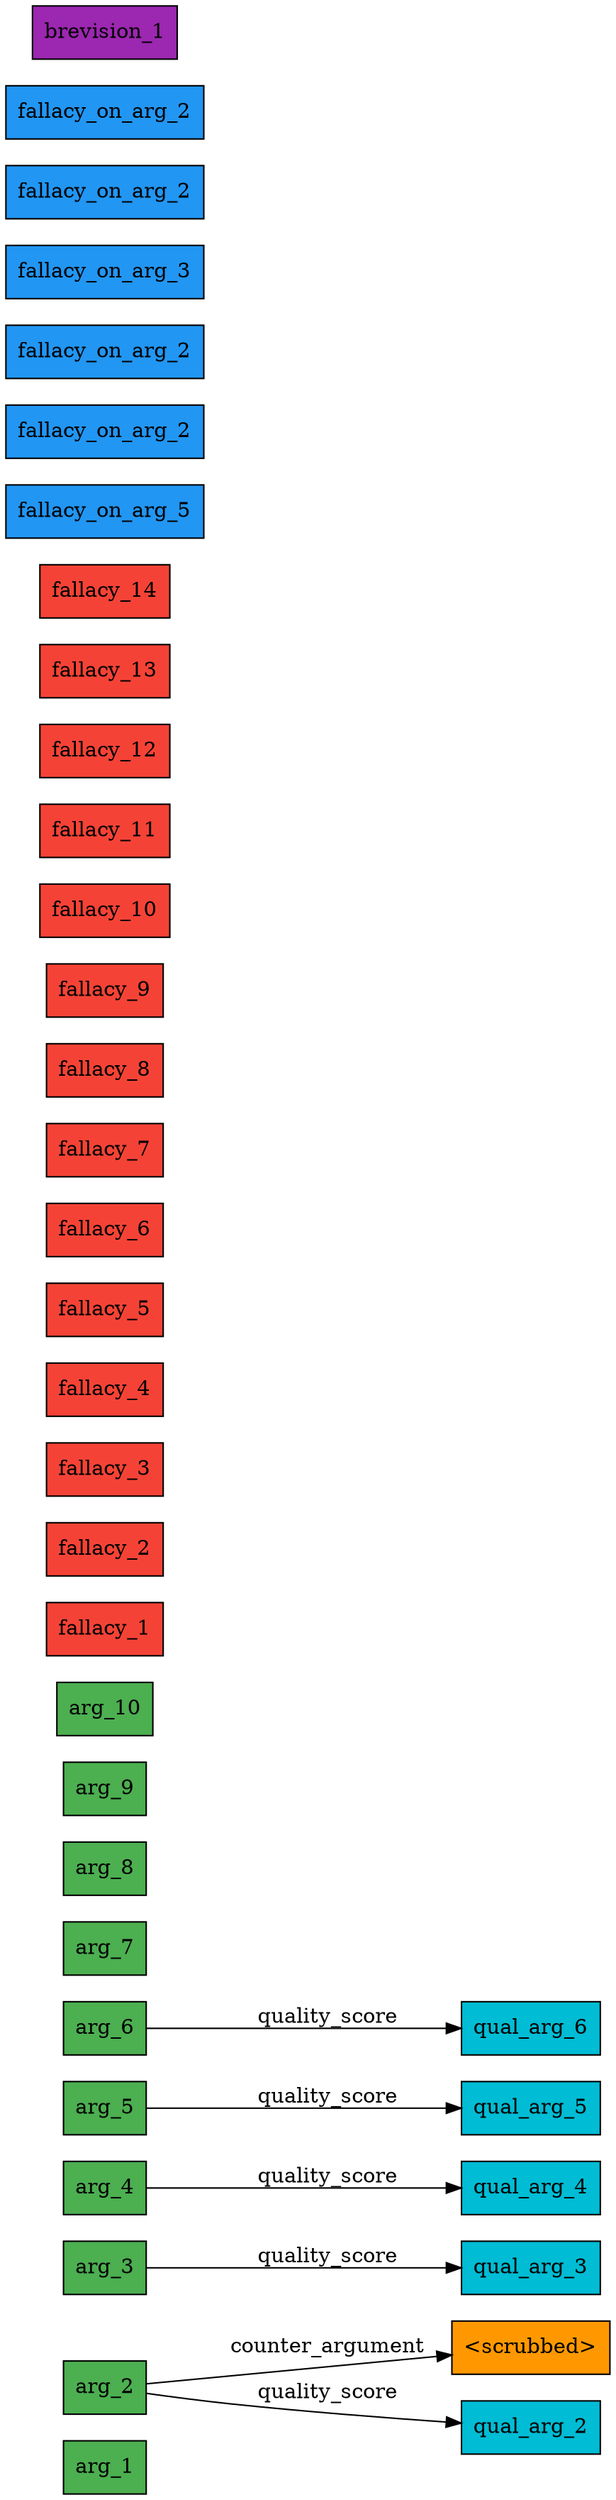
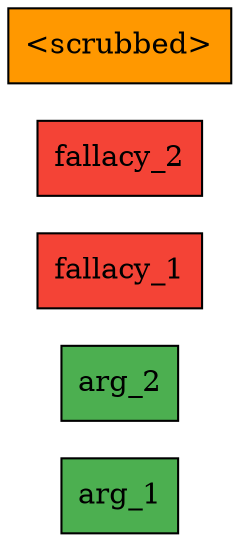
digraph CrossReference {
  rankdir=LR;
  node [shape=box, style=filled];

  arg_1 [label="arg_1", fillcolor="#4CAF50"];
  arg_2 [label="arg_2", fillcolor="#4CAF50"];
-   arg_3 [label="arg_3", fillcolor="#4CAF50"];
-   arg_4 [label="arg_4", fillcolor="#4CAF50"];
-   arg_5 [label="arg_5", fillcolor="#4CAF50"];
-   arg_6 [label="arg_6", fillcolor="#4CAF50"];
-   arg_7 [label="arg_7", fillcolor="#4CAF50"];
-   arg_8 [label="arg_8", fillcolor="#4CAF50"];
-   arg_9 [label="arg_9", fillcolor="#4CAF50"];
-   arg_10 [label="arg_10", fillcolor="#4CAF50"];
  fallacy_1 [label="fallacy_1", fillcolor="#F44336"];
  fallacy_2 [label="fallacy_2", fillcolor="#F44336"];
-   fallacy_3 [label="fallacy_3", fillcolor="#F44336"];
-   fallacy_4 [label="fallacy_4", fillcolor="#F44336"];
-   fallacy_5 [label="fallacy_5", fillcolor="#F44336"];
-   fallacy_6 [label="fallacy_6", fillcolor="#F44336"];
-   fallacy_7 [label="fallacy_7", fillcolor="#F44336"];
-   fallacy_8 [label="fallacy_8", fillcolor="#F44336"];
-   fallacy_9 [label="fallacy_9", fillcolor="#F44336"];
-   fallacy_10 [label="fallacy_10", fillcolor="#F44336"];
-   fallacy_11 [label="fallacy_11", fillcolor="#F44336"];
-   fallacy_12 [label="fallacy_12", fillcolor="#F44336"];
-   fallacy_13 [label="fallacy_13", fillcolor="#F44336"];
-   fallacy_14 [label="fallacy_14", fillcolor="#F44336"];
-   jtms_1 [label="fallacy_on_arg_5", fillcolor="#2196F3"];
-   jtms_2 [label="fallacy_on_arg_2", fillcolor="#2196F3"];
-   jtms_3 [label="fallacy_on_arg_2", fillcolor="#2196F3"];
-   jtms_4 [label="fallacy_on_arg_3", fillcolor="#2196F3"];
-   jtms_5 [label="fallacy_on_arg_2", fillcolor="#2196F3"];
-   jtms_6 [label="fallacy_on_arg_2", fillcolor="#2196F3"];
-   brevision_1 [label="brevision_1", fillcolor="#9C27B0"];
  ca_1 [label="<scrubbed>", fillcolor="#FF9800"];
-   qual_arg_2 [label="qual_arg_2", fillcolor="#00BCD4"];
-   qual_arg_3 [label="qual_arg_3", fillcolor="#00BCD4"];
-   qual_arg_4 [label="qual_arg_4", fillcolor="#00BCD4"];
-   qual_arg_5 [label="qual_arg_5", fillcolor="#00BCD4"];
-   qual_arg_6 [label="qual_arg_6", fillcolor="#00BCD4"];

-   arg_2 -> ca_1 [label="counter_argument"];
-   arg_2 -> qual_arg_2 [label="quality_score"];
-   arg_3 -> qual_arg_3 [label="quality_score"];
-   arg_4 -> qual_arg_4 [label="quality_score"];
-   arg_5 -> qual_arg_5 [label="quality_score"];
-   arg_6 -> qual_arg_6 [label="quality_score"];
}